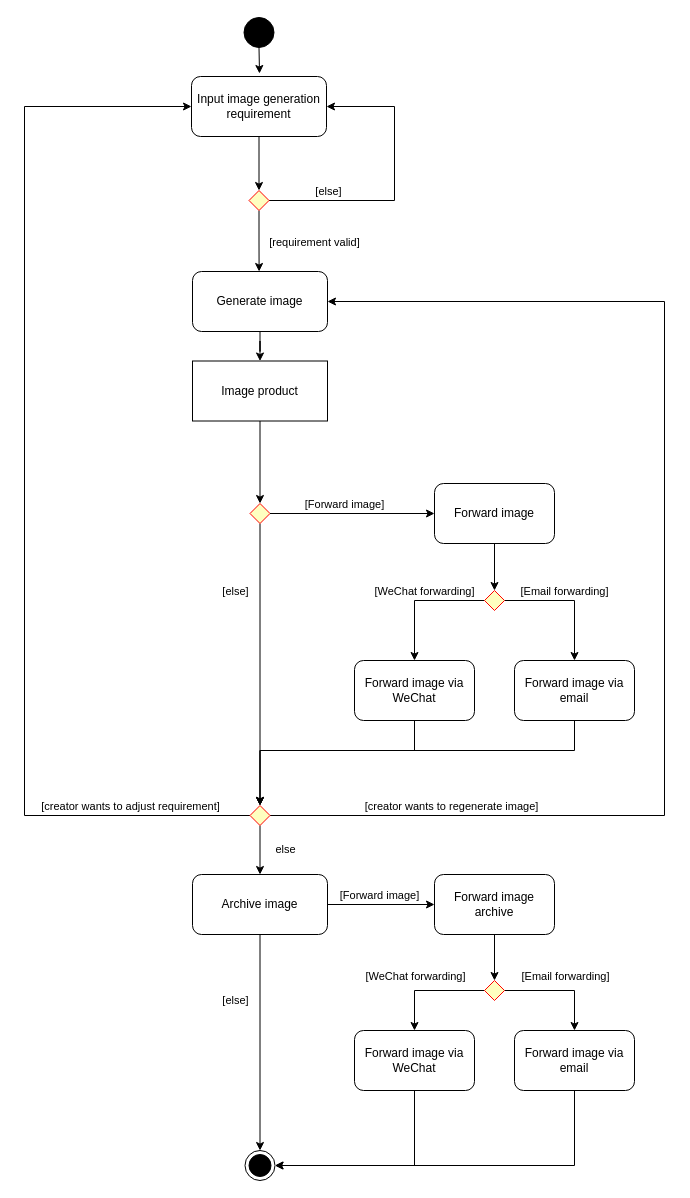
The draw.io diagram Documentation/Activity Diagram/Image Creation AD 20231005.drawio in Darrenchenn/Model-based-software-design, before the edit. Source tidied: cells renumbered, new cells numbered last; positions are measured from the earlier drawing's top-left corner, leaving out a move shared by most shapes. Both pictures are drawn from the tidied source at 100%, with x=0, y=0 at pixel (24, 17).
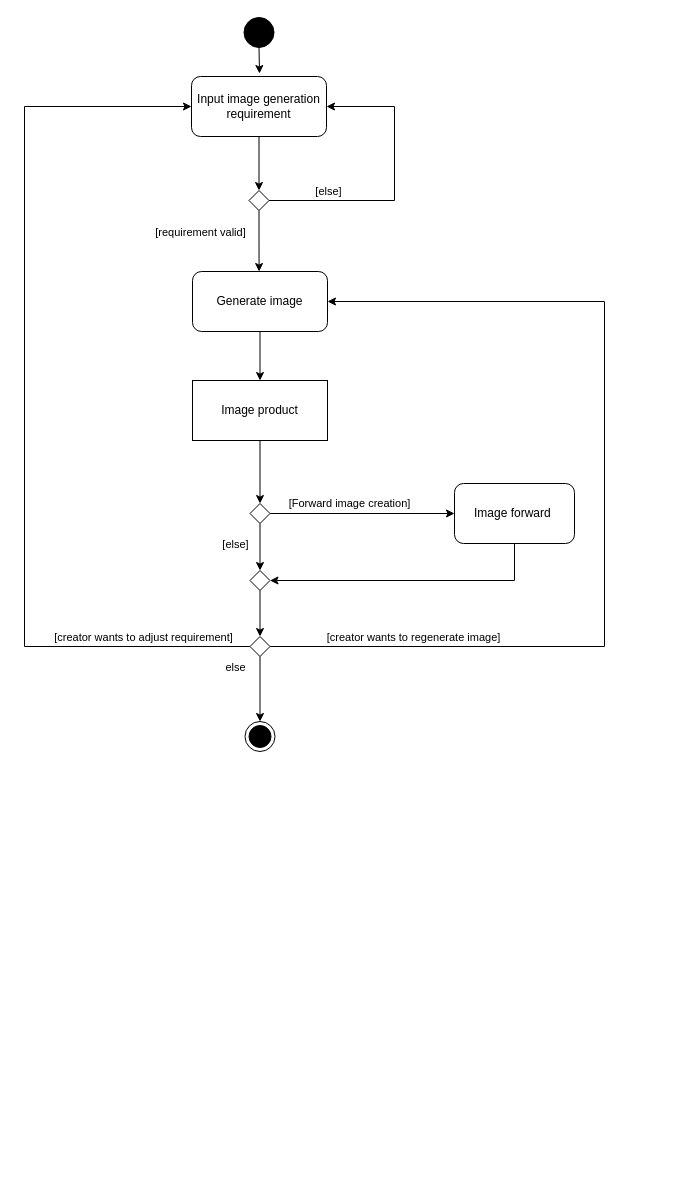
The same page after the edit.

Unchanged cells that the change refers to:
```xml
<mxCell id="5" style="edgeStyle=orthogonalEdgeStyle;rounded=0;jettySize=auto;html=1;entryX=0.5;entryY=0;entryDx=0;entryDy=0;exitX=0.5;exitY=1;exitDx=0;exitDy=0;" parent="1" edge="1" source="7">
  <mxGeometry relative="1" as="geometry">
    <mxPoint x="234.6" y="254" as="targetPoint" />
  </mxGeometry>
</mxCell>
<mxCell id="9" value="Input image generation requirement" style="rounded=1;whiteSpace=wrap;html=1;" parent="1" vertex="1">
  <mxGeometry x="167" y="59" width="135" height="60" as="geometry" />
</mxCell>
<mxCell id="11" value="Generate image" style="rounded=1;whiteSpace=wrap;html=1;" parent="1" vertex="1">
  <mxGeometry x="168" y="254" width="135" height="60" as="geometry" />
</mxCell>
```

Diff of the diagram source:
```diff
@@
     <mxCell id="6" value="[requirement valid]" style="edgeLabel;html=1;align=center;verticalAlign=middle;" parent="5" vertex="1">
       <mxGeometry x="-0.36" y="-4" relative="1" as="geometry">
-        <mxPoint x="59" y="11" as="offset" />
+        <mxPoint x="-55" y="1" as="offset" />
       </mxGeometry>
     </mxCell>
-    <mxCell id="7" style="rhombus;fillColor=#ffffc0;strokeColor=#ff0000;" parent="1" vertex="1">
+    <mxCell id="7" style="rhombus;fillColor=none;strokeColor=#000000;" parent="1" vertex="1">
       <mxGeometry x="224.5" y="173" width="20" height="20" as="geometry" />
     </mxCell>
@@
     <mxCell id="12" style="edgeStyle=orthogonalEdgeStyle;rounded=0;jettySize=auto;html=1;entryX=0;entryY=0.5;entryDx=0;entryDy=0;exitX=0;exitY=0.5;exitDx=0;exitDy=0;" parent="1" edge="1" source="22" target="9">
       <mxGeometry relative="1" as="geometry">
         <Array as="points">
-          <mxPoint y="798" />
+          <mxPoint y="629" />
           <mxPoint y="89" />
         </Array>
       </mxGeometry>
     </mxCell>
@@
     <mxCell id="14" style="edgeStyle=orthogonalEdgeStyle;rounded=0;jettySize=auto;html=1;entryX=1;entryY=0.5;entryDx=0;entryDy=0;exitX=1;exitY=0.5;exitDx=0;exitDy=0;" parent="1" edge="1" source="22" target="11">
       <mxGeometry relative="1" as="geometry">
         <Array as="points">
-          <mxPoint x="640" y="798" />
-          <mxPoint x="640" y="284" />
+          <mxPoint x="580" y="629" />
+          <mxPoint x="580" y="284" />
         </Array>
       </mxGeometry>
     </mxCell>
@@
-    <mxCell id="16" style="edgeStyle=orthogonalEdgeStyle;rounded=0;jettySize=auto;html=1;entryX=0.5;entryY=0;entryDx=0;entryDy=0;exitX=0.5;exitY=1;exitDx=0;exitDy=0;" parent="1" edge="1" source="22" target="26">
+    <mxCell id="16" style="edgeStyle=orthogonalEdgeStyle;rounded=0;jettySize=auto;html=1;entryX=0.5;entryY=0;entryDx=0;entryDy=0;exitX=0.5;exitY=1;exitDx=0;exitDy=0;" parent="1" edge="1" source="22" target="21">
       <mxGeometry relative="1" as="geometry" />
     </mxCell>
     <mxCell id="17" value="else" style="edgeLabel;html=1;align=center;verticalAlign=middle;" parent="16" vertex="1">
       <mxGeometry x="-0.28" y="-3" relative="1" as="geometry">
-        <mxPoint x="28" y="5" as="offset" />
+        <mxPoint x="-22" y="-13" as="offset" />
       </mxGeometry>
     </mxCell>
-    <mxCell id="18" style="edgeStyle=orthogonalEdgeStyle;rounded=0;jettySize=auto;html=1;entryX=0.5;entryY=0;entryDx=0;entryDy=0;exitX=0.5;exitY=1;exitDx=0;exitDy=0;" parent="1" edge="1" source="26" target="21">
-      <mxGeometry relative="1" as="geometry" />
-    </mxCell>
-    <mxCell id="19" value="[else]" style="edgeLabel;html=1;align=center;verticalAlign=middle;" parent="18" vertex="1">
-      <mxGeometry x="-0.32" relative="1" as="geometry">
-        <mxPoint x="-25" y="-8" as="offset" />
-      </mxGeometry>
-    </mxCell>
@@
     <mxCell id="21" style="ellipse;html=1;shape=endState;fillColor=strokeColor;" parent="1" vertex="1">
-      <mxGeometry x="220.5" y="1133" width="30" height="30" as="geometry" />
+      <mxGeometry x="220.5" y="704" width="30" height="30" as="geometry" />
     </mxCell>
-    <mxCell id="22" style="rhombus;fillColor=#ffffc0;strokeColor=#ff0000;" parent="1" vertex="1">
-      <mxGeometry x="225.5" y="788" width="20" height="20" as="geometry" />
+    <mxCell id="22" style="rhombus;fillColor=none;strokeColor=#000000;" parent="1" vertex="1">
+      <mxGeometry x="225.5" y="619" width="20" height="20" as="geometry" />
     </mxCell>
     <mxCell id="23" value="Image product" style="rounded=0;whiteSpace=wrap;html=1;" parent="1" vertex="1">
-      <mxGeometry x="168" y="343.5" width="135" height="60" as="geometry" />
+      <mxGeometry x="168" y="363" width="135" height="60" as="geometry" />
     </mxCell>
-    <mxCell id="24" style="edgeStyle=orthogonalEdgeStyle;rounded=0;jettySize=auto;html=1;entryX=0.5;entryY=0;entryDx=0;entryDy=0;" parent="1" edge="1" source="25" target="41">
-      <mxGeometry relative="1" as="geometry" />
-    </mxCell>
-    <mxCell id="25" value="Forward image" style="rounded=1;whiteSpace=wrap;html=1;" parent="1" vertex="1">
-      <mxGeometry x="410" y="466" width="120" height="60" as="geometry" />
-    </mxCell>
-    <mxCell id="26" value="Archive image" style="rounded=1;whiteSpace=wrap;html=1;" parent="1" vertex="1">
-      <mxGeometry x="168" y="857" width="135" height="60" as="geometry" />
-    </mxCell>
@@
-    <mxCell id="28" style="edgeStyle=orthogonalEdgeStyle;rounded=0;jettySize=auto;html=1;entryX=0.5;entryY=0;entryDx=0;entryDy=0;" parent="1" edge="1" source="30" target="22">
-      <mxGeometry relative="1" as="geometry" />
-    </mxCell>
-    <mxCell id="29" value="[else]" style="edgeLabel;html=1;align=center;verticalAlign=middle;" parent="28" vertex="1">
-      <mxGeometry x="-0.46" y="2" relative="1" as="geometry">
-        <mxPoint x="-27" y="-9" as="offset" />
-      </mxGeometry>
-    </mxCell>
+    <mxCell id="55" style="edgeStyle=orthogonalEdgeStyle;rounded=0;jettySize=auto;html=1;entryX=0.5;entryY=0;entryDx=0;entryDy=0;" parent="1" edge="1" source="30" target="61">
+      <mxGeometry relative="1" as="geometry" />
+    </mxCell>
+    <mxCell id="56" value="[else]" style="edgeLabel;html=1;align=center;verticalAlign=middle;" parent="55" vertex="1">
+      <mxGeometry x="-0.27" y="-2" relative="1" as="geometry">
+        <mxPoint x="-23" y="3" as="offset" />
+      </mxGeometry>
+    </mxCell>
-    <mxCell id="30" style="rhombus;fillColor=#ffffc0;strokeColor=#ff0000;" parent="1" vertex="1">
+    <mxCell id="30" style="rhombus;fillColor=none;strokeColor=#000000;" parent="1" vertex="1">
       <mxGeometry x="225.5" y="486" width="20" height="20" as="geometry" />
     </mxCell>
-    <mxCell id="31" style="endArrow=classic;html=1;rounded=0;exitX=1;exitY=0.5;exitDx=0;exitDy=0;entryX=0;entryY=0.5;entryDx=0;entryDy=0;" parent="1" edge="1" source="30" target="25">
+    <mxCell id="31" style="endArrow=classic;html=1;rounded=0;exitX=1;exitY=0.5;exitDx=0;exitDy=0;entryX=0;entryY=0.5;entryDx=0;entryDy=0;" parent="1" edge="1" source="30" target="59">
       <mxGeometry relative="1" as="geometry" />
     </mxCell>
-    <mxCell id="32" value="[Forward image]" style="edgeLabel;html=1;align=center;verticalAlign=middle;" parent="31" vertex="1">
-      <mxGeometry x="-0.18" relative="1" as="geometry">
-        <mxPoint x="7" y="-10" as="offset" />
-      </mxGeometry>
-    </mxCell>
-    <mxCell id="33" style="edgeStyle=orthogonalEdgeStyle;rounded=0;jettySize=auto;html=1;entryX=0.5;entryY=0;entryDx=0;entryDy=0;" parent="1" edge="1" source="34" target="50">
-      <mxGeometry relative="1" as="geometry" />
-    </mxCell>
-    <mxCell id="34" value="Forward image archive" style="rounded=1;whiteSpace=wrap;html=1;" parent="1" vertex="1">
-      <mxGeometry x="410" y="857" width="120" height="60" as="geometry" />
-    </mxCell>
-    <mxCell id="35" style="endArrow=classic;html=1;rounded=0;exitX=1;exitY=0.5;exitDx=0;exitDy=0;entryX=0;entryY=0.5;entryDx=0;entryDy=0;" parent="1" edge="1" source="26" target="34">
-      <mxGeometry relative="1" as="geometry" />
-    </mxCell>
-    <mxCell id="36" value="[Forward image]" style="edgeLabel;html=1;align=center;verticalAlign=middle;" parent="35" vertex="1">
-      <mxGeometry x="-0.18" relative="1" as="geometry">
-        <mxPoint x="7" y="-10" as="offset" />
-      </mxGeometry>
-    </mxCell>
-    <mxCell id="37" style="edgeStyle=orthogonalEdgeStyle;rounded=0;jettySize=auto;html=1;entryX=0.5;entryY=0;entryDx=0;entryDy=0;" parent="1" edge="1" source="41" target="43">
-      <mxGeometry relative="1" as="geometry" />
-    </mxCell>
-    <mxCell id="38" value="[WeChat forwarding]" style="edgeLabel;html=1;align=center;verticalAlign=middle;" parent="37" vertex="1">
-      <mxGeometry x="-0.7" relative="1" as="geometry">
-        <mxPoint x="-41" y="-10" as="offset" />
-      </mxGeometry>
-    </mxCell>
-    <mxCell id="39" style="edgeStyle=orthogonalEdgeStyle;rounded=0;jettySize=auto;html=1;entryX=0.5;entryY=0;entryDx=0;entryDy=0;" parent="1" edge="1" source="41" target="45">
-      <mxGeometry relative="1" as="geometry" />
-    </mxCell>
-    <mxCell id="40" value="[Email forwarding]" style="edgeLabel;html=1;align=center;verticalAlign=middle;" parent="39" vertex="1">
-      <mxGeometry x="-0.26" y="-1" relative="1" as="geometry">
-        <mxPoint x="11" y="-11" as="offset" />
-      </mxGeometry>
-    </mxCell>
-    <mxCell id="41" style="rhombus;fillColor=#ffffc0;strokeColor=#ff0000;" parent="1" vertex="1">
-      <mxGeometry x="460" y="573" width="20" height="20" as="geometry" />
-    </mxCell>
-    <mxCell id="42" style="edgeStyle=orthogonalEdgeStyle;rounded=0;jettySize=auto;html=1;entryX=0.5;entryY=0;entryDx=0;entryDy=0;" parent="1" edge="1" source="43" target="22">
-      <mxGeometry relative="1" as="geometry">
-        <Array as="points">
-          <mxPoint x="390" y="733" />
-          <mxPoint x="235" y="733" />
-        </Array>
-      </mxGeometry>
-    </mxCell>
-    <mxCell id="43" value="Forward image via WeChat" style="rounded=1;whiteSpace=wrap;html=1;" parent="1" vertex="1">
-      <mxGeometry x="330" y="643" width="120" height="60" as="geometry" />
-    </mxCell>
-    <mxCell id="44" style="edgeStyle=orthogonalEdgeStyle;rounded=0;jettySize=auto;html=1;entryX=0.5;entryY=0;entryDx=0;entryDy=0;" parent="1" edge="1" source="45" target="22">
-      <mxGeometry relative="1" as="geometry">
-        <Array as="points">
-          <mxPoint x="550" y="733" />
-          <mxPoint x="235" y="733" />
-        </Array>
-      </mxGeometry>
-    </mxCell>
-    <mxCell id="45" value="Forward image via email" style="rounded=1;whiteSpace=wrap;html=1;" parent="1" vertex="1">
-      <mxGeometry x="490" y="643" width="120" height="60" as="geometry" />
-    </mxCell>
-    <mxCell id="46" style="edgeStyle=orthogonalEdgeStyle;rounded=0;jettySize=auto;html=1;entryX=0.5;entryY=0;entryDx=0;entryDy=0;" parent="1" edge="1" source="50" target="52">
-      <mxGeometry relative="1" as="geometry" />
-    </mxCell>
-    <mxCell id="47" value="[WeChat forwarding]" style="edgeLabel;html=1;align=center;verticalAlign=middle;" parent="46" vertex="1">
-      <mxGeometry x="0.22" y="1" relative="1" as="geometry">
-        <mxPoint x="-3" y="-16" as="offset" />
-      </mxGeometry>
-    </mxCell>
-    <mxCell id="48" style="edgeStyle=orthogonalEdgeStyle;rounded=0;jettySize=auto;html=1;entryX=0.5;entryY=0;entryDx=0;entryDy=0;" parent="1" edge="1" source="50" target="54">
-      <mxGeometry relative="1" as="geometry" />
-    </mxCell>
-    <mxCell id="49" value="[Email forwarding]" style="edgeLabel;html=1;align=center;verticalAlign=middle;" parent="48" vertex="1">
-      <mxGeometry x="-0.15" relative="1" as="geometry">
-        <mxPoint x="13" y="-15" as="offset" />
-      </mxGeometry>
-    </mxCell>
-    <mxCell id="50" style="rhombus;fillColor=#ffffc0;strokeColor=#ff0000;" parent="1" vertex="1">
-      <mxGeometry x="460" y="963" width="20" height="20" as="geometry" />
-    </mxCell>
-    <mxCell id="51" style="edgeStyle=orthogonalEdgeStyle;rounded=0;jettySize=auto;html=1;entryX=1;entryY=0.5;entryDx=0;entryDy=0;" parent="1" edge="1" source="52" target="21">
-      <mxGeometry relative="1" as="geometry">
-        <Array as="points">
-          <mxPoint x="390" y="1148" />
-        </Array>
-      </mxGeometry>
-    </mxCell>
-    <mxCell id="52" value="Forward image via WeChat" style="rounded=1;whiteSpace=wrap;html=1;" parent="1" vertex="1">
-      <mxGeometry x="330" y="1013" width="120" height="60" as="geometry" />
-    </mxCell>
-    <mxCell id="53" style="edgeStyle=orthogonalEdgeStyle;rounded=0;jettySize=auto;html=1;entryX=1;entryY=0.5;entryDx=0;entryDy=0;" parent="1" edge="1" source="54" target="21">
-      <mxGeometry relative="1" as="geometry">
-        <Array as="points">
-          <mxPoint x="550" y="1148" />
-        </Array>
-      </mxGeometry>
-    </mxCell>
-    <mxCell id="54" value="Forward image via email" style="rounded=1;whiteSpace=wrap;html=1;" parent="1" vertex="1">
-      <mxGeometry x="490" y="1013" width="120" height="60" as="geometry" />
-    </mxCell>
+    <mxCell id="57" value="[Forward image creation]" style="edgeLabel;html=1;align=center;verticalAlign=middle;" parent="31" vertex="1">
+      <mxGeometry x="-0.23" y="3" relative="1" as="geometry">
+        <mxPoint x="8" y="-8" as="offset" />
+      </mxGeometry>
+    </mxCell>
+    <mxCell id="58" style="edgeStyle=orthogonalEdgeStyle;rounded=0;jettySize=auto;html=1;entryX=1;entryY=0.5;entryDx=0;entryDy=0;" parent="1" edge="1" source="59" target="61">
+      <mxGeometry relative="1" as="geometry">
+        <Array as="points">
+          <mxPoint x="490" y="563" />
+        </Array>
+      </mxGeometry>
+    </mxCell>
+    <mxCell id="59" value="Image forward&amp;nbsp;" style="rounded=1;whiteSpace=wrap;html=1;" parent="1" vertex="1">
+      <mxGeometry x="430" y="466" width="120" height="60" as="geometry" />
+    </mxCell>
+    <mxCell id="60" style="edgeStyle=orthogonalEdgeStyle;rounded=0;jettySize=auto;html=1;entryX=0.5;entryY=0;entryDx=0;entryDy=0;" parent="1" edge="1" source="61" target="22">
+      <mxGeometry relative="1" as="geometry" />
+    </mxCell>
+    <mxCell id="61" style="rhombus;fillColor=none;strokeColor=#000000;" parent="1" vertex="1">
+      <mxGeometry x="225.5" y="553" width="20" height="20" as="geometry" />
+    </mxCell>
```
